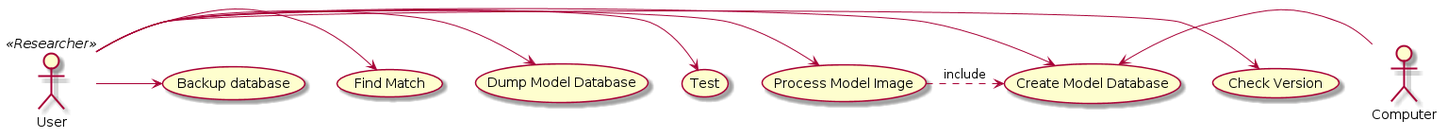
Above: docs/usecases.png in mrobbeloth/obstruction (PlantUML), before the change.
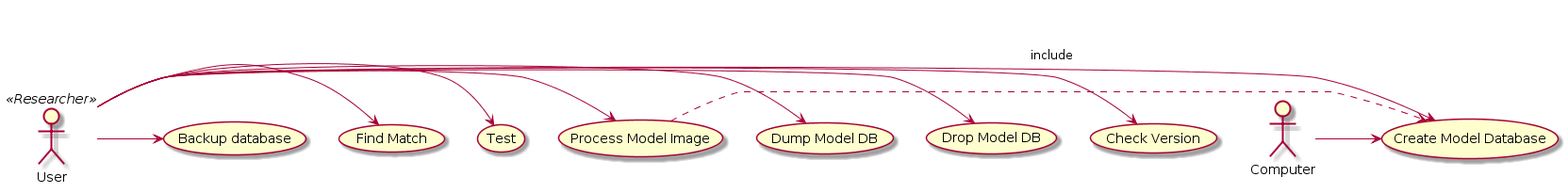
Above is the later version.

Commit message:
Update use cases based on latest code

The edit, as a diff of the source:
```diff
@@ -1,12 +1,12 @@
 @startuml
-top to bottom direction
 User << Researcher >>
 :Computer:
 User -> (Check Version)
+User -> (Drop Model DB)
+User -> (Dump Model DB)
 User -> (Process Model Image)
 User -> (Create Model Database)
 User -> (Test)
-User -> (Dump Model Database)
 User -> (Find Match)
 User -> (Backup database)
 Computer -> (Create Model Database)
```
